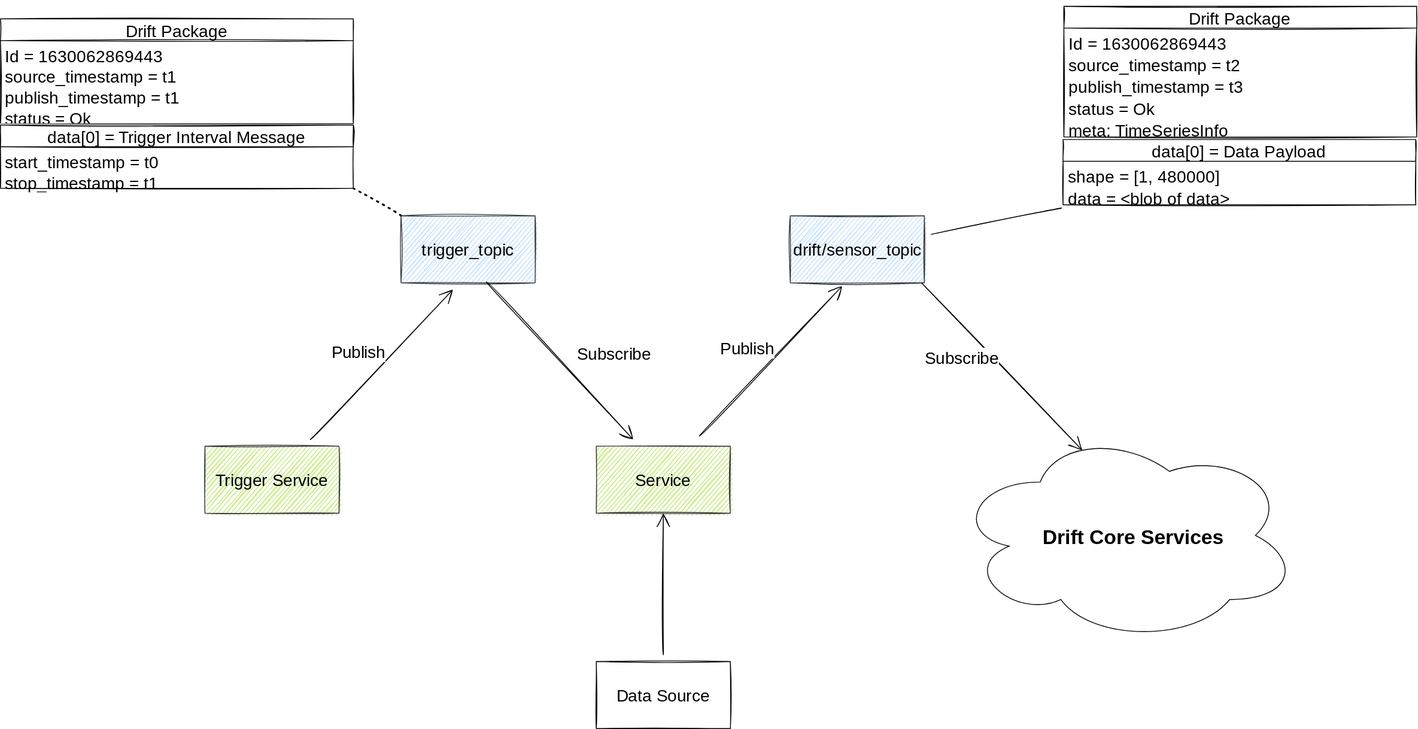
The draw.io diagram docs/img/UseCase.drawio.svg in panda-official/DriftProtocol, before a commit. Source tidied: cells renumbered, new cells last; positions are measured from the earlier drawing's top-left corner, leaving out a move shared by most shapes.
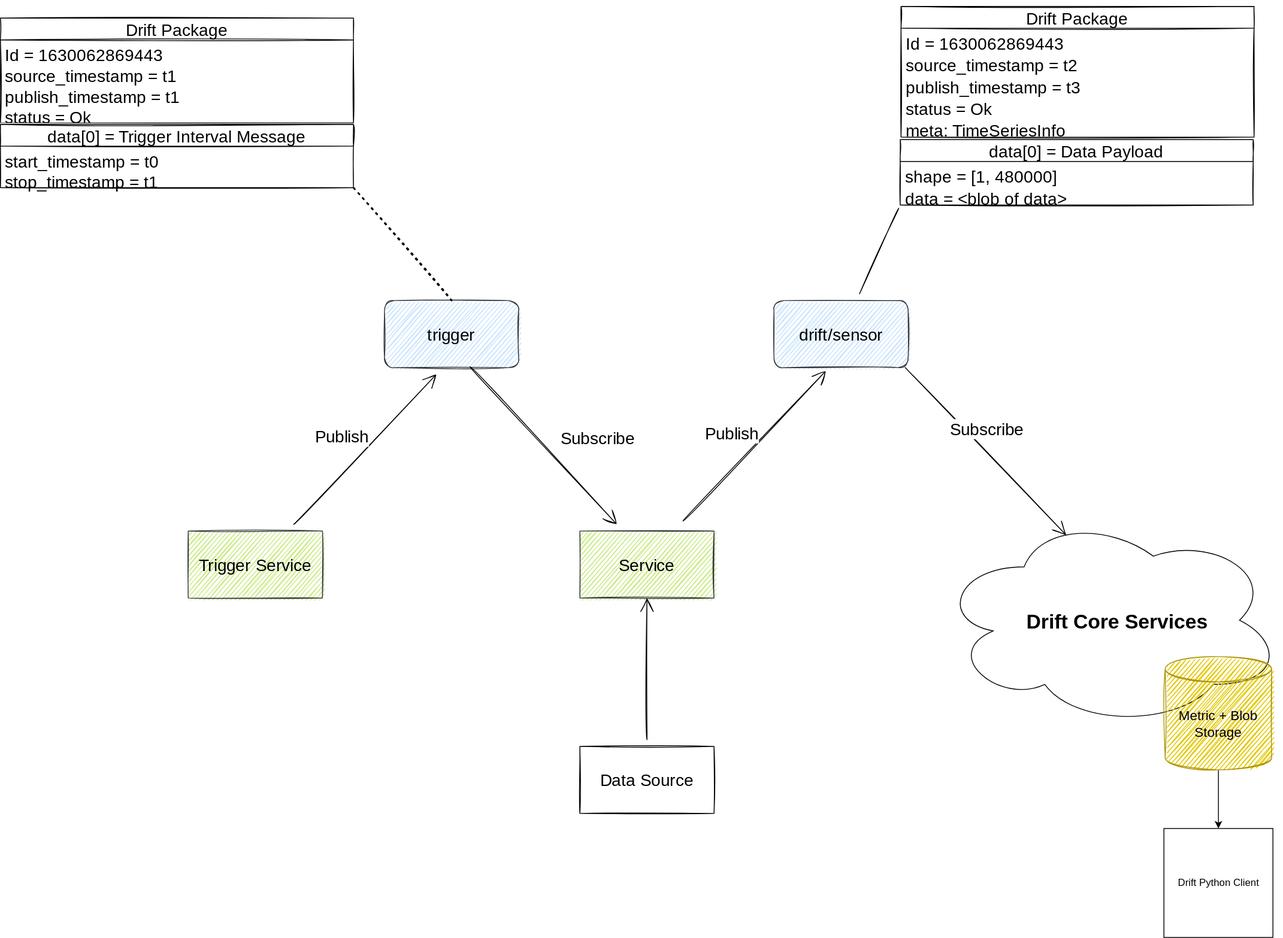
After the change.

Commit message:
finish example

Diff of the diagram source:
```diff
@@ -21,7 +21,7 @@
     <mxCell id="6" style="endArrow=none;html=1;rounded=0;sketch=1;fontFamily=Architects Daughter;fontSource=https%3A%2F%2Ffonts.googleapis.com%2Fcss%3Ffamily%3DArchitects%2BDaughter;fontSize=20;startSize=14;endSize=14;sourcePerimeterSpacing=8;targetPerimeterSpacing=8;edgeStyle=none;curved=1;exitX=-0.004;exitY=1.143;exitDx=0;exitDy=0;exitPerimeter=0;" parent="1" edge="1" source="34" target="20">
       <mxGeometry relative="1" as="geometry" />
     </mxCell>
-    <mxCell id="7" value="trigger_topic" style="rounded=0;whiteSpace=wrap;html=1;sketch=1;hachureGap=4;fontFamily=Architects Daughter;fontSource=https%3A%2F%2Ffonts.googleapis.com%2Fcss%3Ffamily%3DArchitects%2BDaughter;fontSize=20;fillColor=#cce5ff;strokeColor=#36393d;" parent="1" vertex="1">
+    <mxCell id="7" value="trigger" style="rounded=1;whiteSpace=wrap;html=1;sketch=1;hachureGap=4;fontFamily=Architects Daughter;fontSource=https%3A%2F%2Ffonts.googleapis.com%2Fcss%3Ffamily%3DArchitects%2BDaughter;fontSize=20;fillColor=#cce5ff;strokeColor=#36393d;" parent="1" vertex="1">
       <mxGeometry x="478" y="257" width="160" height="80" as="geometry" />
     </mxCell>
     <mxCell id="8" style="edgeStyle=none;curved=1;rounded=0;jettySize=auto;html=1;endArrow=open;sourcePerimeterSpacing=8;targetPerimeterSpacing=8;fontSize=16;sketch=1;fontFamily=Architects Daughter;fontSource=https%3A%2F%2Ffonts.googleapis.com%2Fcss%3Ffamily%3DArchitects%2BDaughter;startSize=14;endSize=14;exitX=0.638;exitY=0.988;exitDx=0;exitDy=0;exitPerimeter=0;" parent="1" edge="1" source="7">
@@ -35,7 +35,7 @@
       </mxGeometry>
     </mxCell>
     <mxCell id="10" style="group;" parent="1" vertex="1">
-      <mxGeometry y="22" width="421" height="201" as="geometry" />
+      <mxGeometry x="20" y="-80" width="421" height="201" as="geometry" />
     </mxCell>
     <mxCell id="11" value="Drift Package" style="swimlane;fontStyle=0;horizontal=1;startSize=26;sketch=1;hachureGap=4;fontFamily=Architects Daughter;fontSource=https%3A%2F%2Ffonts.googleapis.com%2Fcss%3Ffamily%3DArchitects%2BDaughter;fontSize=20;" parent="10" vertex="1">
       <mxGeometry width="421" height="125.1" as="geometry" />
@@ -61,10 +61,10 @@
     <mxCell id="18" value="stop_timestamp = t1" style="text;strokeColor=none;fillColor=none;align=left;verticalAlign=top;spacingLeft=4;spacingRight=4;overflow=hidden;sketch=1;hachureGap=4;fontFamily=Architects Daughter;fontSource=https%3A%2F%2Ffonts.googleapis.com%2Fcss%3Ffamily%3DArchitects%2BDaughter;fontSize=20;" parent="16" vertex="1">
       <mxGeometry y="50.8" width="421" height="24.8" as="geometry" />
     </mxCell>
-    <mxCell id="19" style="endArrow=none;dashed=1;html=1;dashPattern=1 3;strokeWidth=2;rounded=0;sketch=1;fontFamily=Architects Daughter;fontSource=https%3A%2F%2Ffonts.googleapis.com%2Fcss%3Ffamily%3DArchitects%2BDaughter;fontSize=20;startSize=14;endSize=14;sourcePerimeterSpacing=8;targetPerimeterSpacing=8;edgeStyle=none;curved=1;entryX=1;entryY=1;entryDx=0;entryDy=0;exitX=0;exitY=0;exitDx=0;exitDy=0;" parent="1" edge="1" source="7" target="16">
+    <mxCell id="19" style="endArrow=none;dashed=1;html=1;dashPattern=1 3;strokeWidth=2;rounded=0;sketch=1;fontFamily=Architects Daughter;fontSource=https%3A%2F%2Ffonts.googleapis.com%2Fcss%3Ffamily%3DArchitects%2BDaughter;fontSize=20;startSize=14;endSize=14;sourcePerimeterSpacing=8;targetPerimeterSpacing=8;edgeStyle=none;curved=1;entryX=1;entryY=1;entryDx=0;entryDy=0;exitX=0.5;exitY=0;exitDx=0;exitDy=0;" parent="1" edge="1" source="7" target="16">
       <mxGeometry relative="1" as="geometry" />
     </mxCell>
-    <mxCell id="20" value="drift/sensor_topic" style="rounded=0;whiteSpace=wrap;html=1;sketch=1;hachureGap=4;fontFamily=Architects Daughter;fontSource=https%3A%2F%2Ffonts.googleapis.com%2Fcss%3Ffamily%3DArchitects%2BDaughter;fontSize=20;fillColor=#cce5ff;strokeColor=#36393d;" parent="1" vertex="1">
+    <mxCell id="20" value="drift/sensor" style="rounded=1;whiteSpace=wrap;html=1;sketch=1;hachureGap=4;fontFamily=Architects Daughter;fontSource=https%3A%2F%2Ffonts.googleapis.com%2Fcss%3Ffamily%3DArchitects%2BDaughter;fontSize=20;fillColor=#cce5ff;strokeColor=#36393d;" parent="1" vertex="1">
       <mxGeometry x="942.5" y="257" width="160" height="80" as="geometry" />
     </mxCell>
     <mxCell id="21" style="edgeStyle=none;curved=1;rounded=0;orthogonalLoop=1;jettySize=auto;html=1;endArrow=open;sourcePerimeterSpacing=8;targetPerimeterSpacing=8;fontSize=16;sketch=1;fontFamily=Architects Daughter;fontSource=https%3A%2F%2Ffonts.googleapis.com%2Fcss%3Ffamily%3DArchitects%2BDaughter;startSize=14;endSize=14;exitX=0.638;exitY=0.988;exitDx=0;exitDy=0;exitPerimeter=0;entryX=0.5;entryY=0;entryDx=0;entryDy=0;" parent="1" edge="1">
@@ -75,7 +75,7 @@
     </mxCell>
     <mxCell id="22" value="Subscribe" style="edgeLabel;html=1;align=center;verticalAlign=middle;fontSize=20;fontFamily=Architects Daughter;" parent="21" vertex="1">
       <mxGeometry x="-0.42" relative="1" as="geometry">
-        <mxPoint x="-8" y="31" as="offset" />
+        <mxPoint x="41" y="15" as="offset" />
       </mxGeometry>
     </mxCell>
     <mxCell id="23" style="edgeStyle=none;curved=1;rounded=0;orthogonalLoop=1;jettySize=auto;html=1;endArrow=open;sourcePerimeterSpacing=8;targetPerimeterSpacing=8;fontSize=16;sketch=1;fontFamily=Architects Daughter;fontSource=https%3A%2F%2Ffonts.googleapis.com%2Fcss%3Ffamily%3DArchitects%2BDaughter;startSize=14;endSize=14;" parent="1" edge="1">
@@ -90,7 +90,7 @@
       </mxGeometry>
     </mxCell>
     <mxCell id="25" style="group;" parent="1" vertex="1">
-      <mxGeometry x="1268" width="423" height="265" as="geometry" />
+      <mxGeometry x="1093" y="-101" width="423" height="265" as="geometry" />
     </mxCell>
     <mxCell id="26" value="Drift Package" style="swimlane;fontStyle=0;horizontal=1;startSize=26;sketch=1;hachureGap=4;fontFamily=Architects Daughter;fontSource=https%3A%2F%2Ffonts.googleapis.com%2Fcss%3Ffamily%3DArchitects%2BDaughter;fontSize=20;" parent="25" vertex="1">
       <mxGeometry x="1" y="7" width="421" height="156" as="geometry" />
@@ -131,5 +131,14 @@
     <mxCell id="38" value="&lt;h1&gt;Drift Core Services&lt;/h1&gt;" style="text;html=1;strokeColor=none;fillColor=none;spacing=5;spacingTop=-20;whiteSpace=wrap;overflow=hidden;rounded=0;" parent="1" vertex="1">
       <mxGeometry x="1239" y="621" width="294" height="44" as="geometry" />
     </mxCell>
+    <mxCell id="39" style="edgeStyle=orthogonalEdgeStyle;rounded=0;jettySize=auto;html=1;" parent="1" edge="1" source="40" target="41">
+      <mxGeometry relative="1" as="geometry" />
+    </mxCell>
+    <mxCell id="40" value="Metric + Blob Storage" style="shape=cylinder3;whiteSpace=wrap;html=1;boundedLbl=1;backgroundOutline=1;size=15;rounded=1;fontSize=16;fillColor=#e3c800;fontColor=#000000;strokeColor=#B09500;sketch=1;" parent="1" vertex="1">
+      <mxGeometry x="1409" y="682" width="127" height="135" as="geometry" />
+    </mxCell>
+    <mxCell id="41" value="Drift Python Client" style="whiteSpace=wrap;html=1;" parent="1" vertex="1">
+      <mxGeometry x="1407.5" y="887" width="130" height="130" as="geometry" />
+    </mxCell>
   </root>
 </mxGraphModel>
```
